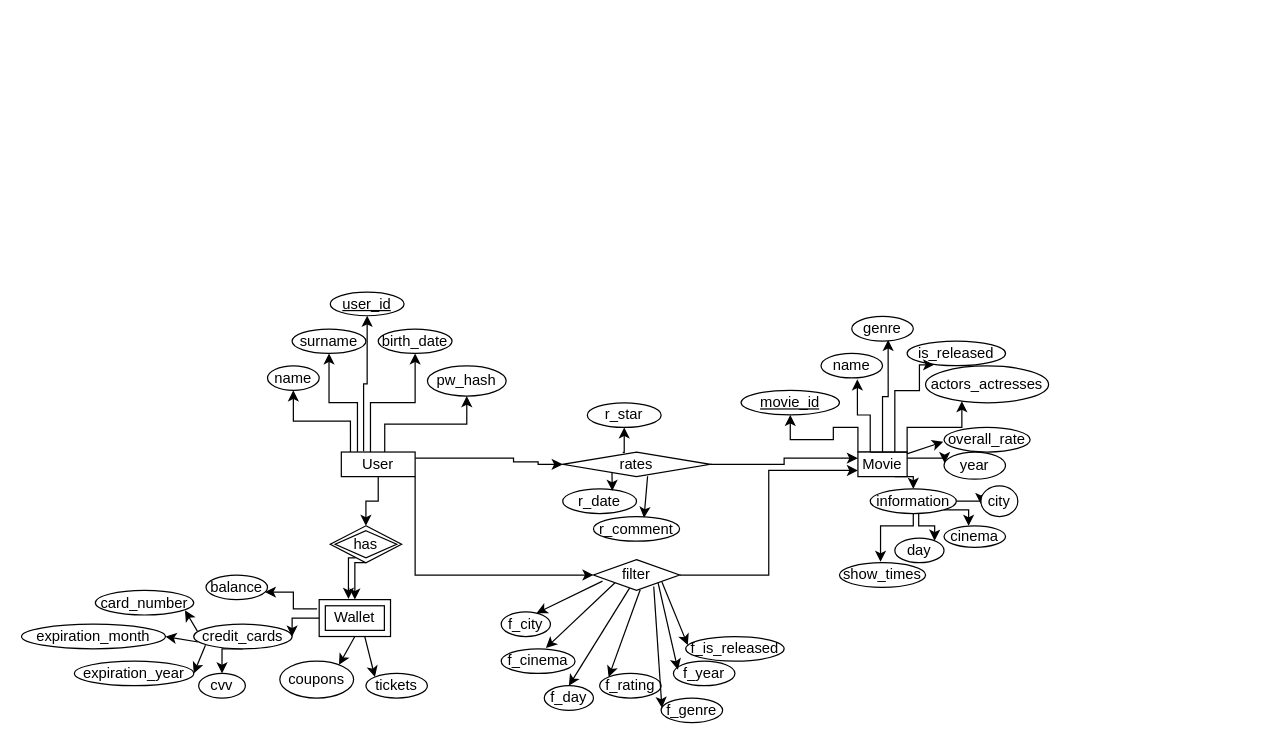
kelma01/dbms_project keeps this draw.io diagram as proje_diagram.drawio. Above is the earlier version. Source tidied: cells renumbered, new cells numbered last; positions are measured from the earlier drawing's top-left corner, leaving out a move shared by most shapes. Both pictures are drawn from the tidied source at 123%, with x=0, y=0 at pixel (21, 292).
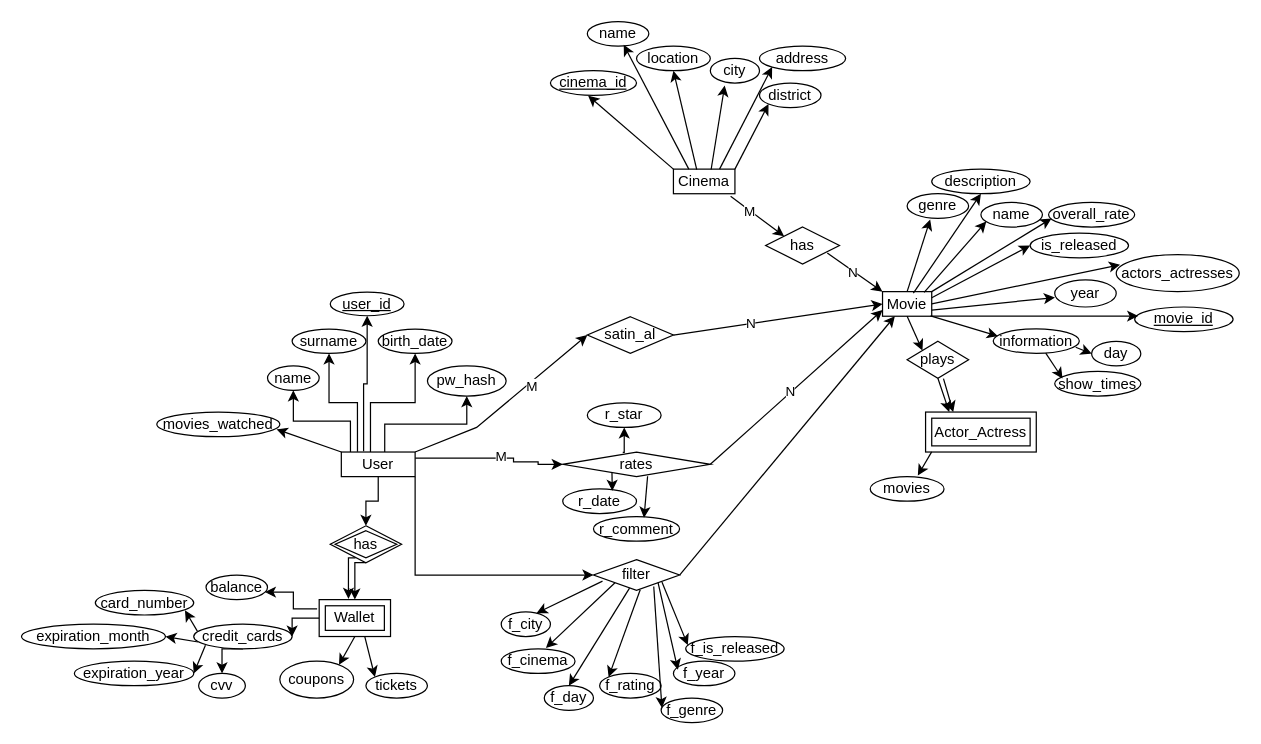
The same page after the edit.

Commit message:
diagram update with entity addings

The change refers to these unchanged cells:
```xml
<mxCell id="3" style="edgeStyle=orthogonalEdgeStyle;rounded=0;jettySize=auto;html=1;exitX=1;exitY=0.25;exitDx=0;exitDy=0;entryX=0;entryY=0.5;entryDx=0;entryDy=0;" parent="1" edge="1" source="6" target="28">
  <mxGeometry relative="1" as="geometry">
    <Array as="points">
      <mxPoint x="400" y="135" />
      <mxPoint x="400" y="138" />
      <mxPoint x="420" y="138" />
    </Array>
  </mxGeometry>
</mxCell>
<mxCell id="6" value="User" style="whiteSpace=wrap;html=1;align=center;" parent="1" vertex="1">
  <mxGeometry x="260" y="130" width="60" height="20" as="geometry" />
</mxCell>
<mxCell id="28" value="rates" style="shape=rhombus;perimeter=rhombusPerimeter;whiteSpace=wrap;html=1;align=center;" parent="1" vertex="1">
  <mxGeometry x="440" y="130" width="120" height="20" as="geometry" />
</mxCell>
<mxCell id="51" value="filter" style="shape=rhombus;perimeter=rhombusPerimeter;whiteSpace=wrap;html=1;align=center;" parent="1" vertex="1">
  <mxGeometry x="465" y="217.5" width="70" height="25" as="geometry" />
</mxCell>
```

What changed in the source:
```diff
@@
+    <mxCell id="85" value="M" style="edgeLabel;html=1;align=center;verticalAlign=middle;" parent="3" vertex="1">
+      <mxGeometry x="0.11" y="2" relative="1" as="geometry" />
+    </mxCell>
@@
-    <mxCell id="7" style="edgeStyle=orthogonalEdgeStyle;rounded=0;jettySize=auto;html=1;exitX=0.75;exitY=1;exitDx=0;exitDy=0;entryX=0.5;entryY=0;entryDx=0;entryDy=0;" parent="1" edge="1" source="9" target="42">
-      <mxGeometry relative="1" as="geometry" />
-    </mxCell>
-    <mxCell id="8" style="edgeStyle=orthogonalEdgeStyle;rounded=0;jettySize=auto;html=1;exitX=0.25;exitY=0;exitDx=0;exitDy=0;entryX=0.5;entryY=1;entryDx=0;entryDy=0;" parent="1" edge="1" source="9" target="68">
-      <mxGeometry relative="1" as="geometry">
-        <Array as="points">
-          <mxPoint x="680" y="130" />
-          <mxPoint x="680" y="110" />
-          <mxPoint x="660" y="110" />
-          <mxPoint x="660" y="120" />
-          <mxPoint x="625" y="120" />
-        </Array>
-      </mxGeometry>
-    </mxCell>
     <mxCell id="9" value="Movie" style="whiteSpace=wrap;html=1;align=center;" parent="1" vertex="1">
-      <mxGeometry x="680" y="130" width="40" height="20" as="geometry" />
+      <mxGeometry x="700" y="-0.4" width="40" height="20" as="geometry" />
     </mxCell>
@@
-    <mxCell id="21" style="edgeStyle=orthogonalEdgeStyle;rounded=0;jettySize=auto;html=1;exitX=1;exitY=0.5;exitDx=0;exitDy=0;entryX=0;entryY=0.25;entryDx=0;entryDy=0;" parent="1" edge="1" source="28" target="9">
-      <mxGeometry relative="1" as="geometry" />
-    </mxCell>
@@
     <mxCell id="32" value="name" style="ellipse;whiteSpace=wrap;html=1;align=center;" parent="1" vertex="1">
-      <mxGeometry x="650" y="49.8" width="50" height="20" as="geometry" />
+      <mxGeometry x="780" y="-72.9" width="50" height="20" as="geometry" />
     </mxCell>
-    <mxCell id="33" style="edgeStyle=orthogonalEdgeStyle;rounded=0;jettySize=auto;html=1;exitX=0.25;exitY=0;exitDx=0;exitDy=0;entryX=0.591;entryY=1.055;entryDx=0;entryDy=0;entryPerimeter=0;" parent="1" edge="1" source="9" target="32">
-      <mxGeometry relative="1" as="geometry" />
-    </mxCell>
     <mxCell id="34" value="genre" style="ellipse;whiteSpace=wrap;html=1;align=center;" parent="1" vertex="1">
-      <mxGeometry x="675" y="19.8" width="50" height="20" as="geometry" />
+      <mxGeometry x="720" y="-80" width="50" height="20" as="geometry" />
     </mxCell>
-    <mxCell id="35" style="edgeStyle=orthogonalEdgeStyle;rounded=0;jettySize=auto;html=1;exitX=0.25;exitY=0;exitDx=0;exitDy=0;entryX=0.591;entryY=0.951;entryDx=0;entryDy=0;entryPerimeter=0;" parent="1" edge="1" source="9" target="34">
-      <mxGeometry relative="1" as="geometry">
-        <Array as="points">
-          <mxPoint x="700" y="130" />
-          <mxPoint x="700" y="85" />
-          <mxPoint x="705" y="85" />
-        </Array>
-      </mxGeometry>
-    </mxCell>
     <mxCell id="36" value="actors_actresses" style="ellipse;whiteSpace=wrap;html=1;align=center;" parent="1" vertex="1">
-      <mxGeometry x="735" y="60" width="100" height="30" as="geometry" />
+      <mxGeometry x="890" y="-30.4" width="100" height="30" as="geometry" />
     </mxCell>
-    <mxCell id="37" style="edgeStyle=orthogonalEdgeStyle;rounded=0;jettySize=auto;html=1;exitX=0.5;exitY=0;exitDx=0;exitDy=0;entryX=0.295;entryY=0.955;entryDx=0;entryDy=0;entryPerimeter=0;" parent="1" edge="1" source="9" target="36">
-      <mxGeometry relative="1" as="geometry">
-        <Array as="points">
-          <mxPoint x="720" y="130" />
-          <mxPoint x="720" y="110" />
-          <mxPoint x="765" y="110" />
-        </Array>
-      </mxGeometry>
-    </mxCell>
     <mxCell id="38" value="overall_rate" style="ellipse;whiteSpace=wrap;html=1;align=center;" parent="1" vertex="1">
-      <mxGeometry x="750" y="110" width="70" height="20" as="geometry" />
+      <mxGeometry x="835" y="-72.9" width="70" height="20" as="geometry" />
     </mxCell>
     <mxCell id="39" value="year" style="ellipse;whiteSpace=wrap;html=1;align=center;" parent="1" vertex="1">
-      <mxGeometry x="750" y="130" width="50" height="22.1" as="geometry" />
+      <mxGeometry x="840" y="-10" width="50" height="22.1" as="geometry" />
     </mxCell>
-    <mxCell id="40" style="edgeStyle=orthogonalEdgeStyle;rounded=0;jettySize=auto;html=1;exitX=1;exitY=0.25;exitDx=0;exitDy=0;entryX=0.01;entryY=0.41;entryDx=0;entryDy=0;entryPerimeter=0;" parent="1" edge="1" source="9" target="39">
-      <mxGeometry relative="1" as="geometry" />
-    </mxCell>
-    <mxCell id="41" style="edgeStyle=orthogonalEdgeStyle;rounded=0;jettySize=auto;html=1;exitX=1;exitY=1;exitDx=0;exitDy=0;" parent="1" edge="1" source="42">
-      <mxGeometry relative="1" as="geometry">
-        <mxPoint x="770" y="190" as="targetPoint" />
-      </mxGeometry>
-    </mxCell>
     <mxCell id="42" value="information" style="ellipse;whiteSpace=wrap;html=1;align=center;" parent="1" vertex="1">
-      <mxGeometry x="690" y="160" width="70" height="20" as="geometry" />
+      <mxGeometry x="790" y="29.8" width="70" height="20" as="geometry" />
     </mxCell>
-    <mxCell id="43" style="edgeStyle=orthogonalEdgeStyle;rounded=0;jettySize=auto;html=1;exitX=1;exitY=0.5;exitDx=0;exitDy=0;entryX=-0.003;entryY=0.59;entryDx=0;entryDy=0;entryPerimeter=0;" parent="1" edge="1" source="42" target="44">
-      <mxGeometry relative="1" as="geometry" />
-    </mxCell>
-    <mxCell id="44" value="city" style="ellipse;whiteSpace=wrap;html=1;align=center;" parent="1" vertex="1">
-      <mxGeometry x="780" y="157.5" width="30" height="25" as="geometry" />
-    </mxCell>
-    <mxCell id="45" value="cinema" style="ellipse;whiteSpace=wrap;html=1;align=center;" parent="1" vertex="1">
-      <mxGeometry x="750" y="190" width="50" height="17.5" as="geometry" />
-    </mxCell>
     <mxCell id="46" value="day" style="ellipse;whiteSpace=wrap;html=1;align=center;" parent="1" vertex="1">
-      <mxGeometry x="710" y="200" width="40" height="20" as="geometry" />
+      <mxGeometry x="870" y="40" width="40" height="20" as="geometry" />
     </mxCell>
-    <mxCell id="47" style="edgeStyle=orthogonalEdgeStyle;rounded=0;jettySize=auto;html=1;exitX=0.563;exitY=0.994;exitDx=0;exitDy=0;entryX=0.809;entryY=0.106;entryDx=0;entryDy=0;entryPerimeter=0;exitPerimeter=0;" parent="1" edge="1" source="42" target="46">
-      <mxGeometry relative="1" as="geometry">
-        <Array as="points">
-          <mxPoint x="729" y="190" />
-          <mxPoint x="742" y="190" />
-        </Array>
-      </mxGeometry>
-    </mxCell>
     <mxCell id="48" value="show_times" style="ellipse;whiteSpace=wrap;html=1;align=center;" parent="1" vertex="1">
-      <mxGeometry x="665" y="220" width="70" height="20" as="geometry" />
+      <mxGeometry x="840" y="64.5" width="70" height="20" as="geometry" />
     </mxCell>
-    <mxCell id="49" style="edgeStyle=orthogonalEdgeStyle;rounded=0;jettySize=auto;html=1;exitX=0.5;exitY=1;exitDx=0;exitDy=0;entryX=0.477;entryY=-0.038;entryDx=0;entryDy=0;entryPerimeter=0;" parent="1" edge="1" source="42" target="48">
-      <mxGeometry relative="1" as="geometry">
-        <Array as="points">
-          <mxPoint x="725" y="190" />
-          <mxPoint x="698" y="190" />
-        </Array>
-      </mxGeometry>
-    </mxCell>
-    <mxCell id="50" style="edgeStyle=orthogonalEdgeStyle;rounded=0;jettySize=auto;html=1;exitX=1;exitY=0.5;exitDx=0;exitDy=0;entryX=0;entryY=0.75;entryDx=0;entryDy=0;" parent="1" edge="1" source="51" target="9">
-      <mxGeometry relative="1" as="geometry" />
-    </mxCell>
@@
     <mxCell id="56" value="is_released" style="ellipse;whiteSpace=wrap;html=1;" parent="1" vertex="1">
-      <mxGeometry x="720" y="39.8" width="80" height="20" as="geometry" />
+      <mxGeometry x="820" y="-47.9" width="80" height="20" as="geometry" />
     </mxCell>
-    <mxCell id="57" style="edgeStyle=orthogonalEdgeStyle;rounded=0;jettySize=auto;html=1;exitX=0.75;exitY=0;exitDx=0;exitDy=0;entryX=0.275;entryY=0.963;entryDx=0;entryDy=0;entryPerimeter=0;" parent="1" edge="1" source="9" target="56">
-      <mxGeometry relative="1" as="geometry">
-        <Array as="points">
-          <mxPoint x="710" y="80" />
-          <mxPoint x="730" y="80" />
-          <mxPoint x="730" y="59" />
-        </Array>
-      </mxGeometry>
-    </mxCell>
@@
     <mxCell id="68" value="&lt;u&gt;movie_id&lt;/u&gt;" style="ellipse;whiteSpace=wrap;html=1;" parent="1" vertex="1">
-      <mxGeometry x="585" y="79.8" width="80" height="20" as="geometry" />
+      <mxGeometry x="905" y="12.1" width="80" height="20" as="geometry" />
     </mxCell>
@@
-    <mxCell id="71" style="edgeStyle=none;jettySize=auto;html=1;rounded=0;exitX=0.995;exitY=0.076;exitDx=0;exitDy=0;exitPerimeter=0;entryX=-0.01;entryY=0.583;entryDx=0;entryDy=0;entryPerimeter=0;" parent="1" edge="1" source="9" target="38">
-      <mxGeometry relative="1" as="geometry" />
-    </mxCell>
@@
+    <mxCell id="86" value="satin_al" style="rhombus;whiteSpace=wrap;html=1;" parent="1" vertex="1">
+      <mxGeometry x="460" y="20" width="70" height="29.8" as="geometry" />
+    </mxCell>
+    <mxCell id="87" style="edgeStyle=none;jettySize=auto;html=1;rounded=0;exitX=1;exitY=0;exitDx=0;exitDy=0;entryX=0;entryY=0.5;entryDx=0;entryDy=0;" parent="1" edge="1" source="6" target="86">
+      <mxGeometry relative="1" as="geometry">
+        <Array as="points">
+          <mxPoint x="370" y="110" />
+        </Array>
+      </mxGeometry>
+    </mxCell>
+    <mxCell id="88" value="M" style="edgeLabel;html=1;align=center;verticalAlign=middle;" parent="87" vertex="1">
+      <mxGeometry x="0.27" y="-3" relative="1" as="geometry" />
+    </mxCell>
+    <mxCell id="89" value="description" style="ellipse;whiteSpace=wrap;html=1;" parent="1" vertex="1">
+      <mxGeometry x="740" y="-100" width="80" height="20" as="geometry" />
+    </mxCell>
+    <mxCell id="90" value="movies_watched" style="ellipse;whiteSpace=wrap;html=1;" parent="1" vertex="1">
+      <mxGeometry x="110" y="97.5" width="100" height="20" as="geometry" />
+    </mxCell>
+    <mxCell id="91" style="edgeStyle=none;jettySize=auto;html=1;rounded=0;entryX=0.973;entryY=0.704;entryDx=0;entryDy=0;entryPerimeter=0;exitX=0;exitY=0;exitDx=0;exitDy=0;" parent="1" edge="1" source="6" target="90">
+      <mxGeometry relative="1" as="geometry" />
+    </mxCell>
+    <mxCell id="92" value="Cinema" style="whiteSpace=wrap;html=1;" parent="1" vertex="1">
+      <mxGeometry x="530" y="-100" width="50" height="20" as="geometry" />
+    </mxCell>
+    <mxCell id="93" value="location" style="ellipse;whiteSpace=wrap;html=1;" parent="1" vertex="1">
+      <mxGeometry x="500" y="-200" width="60" height="20" as="geometry" />
+    </mxCell>
+    <mxCell id="94" value="&lt;u&gt;cinema_id&lt;/u&gt;" style="ellipse;whiteSpace=wrap;html=1;" parent="1" vertex="1">
+      <mxGeometry x="430" y="-180" width="70" height="20" as="geometry" />
+    </mxCell>
+    <mxCell id="44" value="city" style="ellipse;whiteSpace=wrap;html=1;" parent="1" vertex="1">
+      <mxGeometry x="560" y="-190" width="40" height="20" as="geometry" />
+    </mxCell>
+    <mxCell id="95" value="district" style="ellipse;whiteSpace=wrap;html=1;" parent="1" vertex="1">
+      <mxGeometry x="600" y="-170" width="50" height="20" as="geometry" />
+    </mxCell>
+    <mxCell id="96" value="name" style="ellipse;whiteSpace=wrap;html=1;" parent="1" vertex="1">
+      <mxGeometry x="460" y="-220" width="50" height="20" as="geometry" />
+    </mxCell>
+    <mxCell id="97" value="address" style="ellipse;whiteSpace=wrap;html=1;" parent="1" vertex="1">
+      <mxGeometry x="600" y="-200" width="70" height="20" as="geometry" />
+    </mxCell>
+    <mxCell id="98" style="edgeStyle=none;jettySize=auto;html=1;rounded=0;entryX=0.438;entryY=1.016;entryDx=0;entryDy=0;entryPerimeter=0;exitX=0;exitY=0;exitDx=0;exitDy=0;" parent="1" edge="1" source="92" target="94">
+      <mxGeometry relative="1" as="geometry" />
+    </mxCell>
+    <mxCell id="99" style="edgeStyle=none;jettySize=auto;html=1;rounded=0;exitX=0.25;exitY=0;exitDx=0;exitDy=0;entryX=0.592;entryY=0.947;entryDx=0;entryDy=0;entryPerimeter=0;" parent="1" edge="1" source="92" target="96">
+      <mxGeometry relative="1" as="geometry" />
+    </mxCell>
+    <mxCell id="100" style="edgeStyle=none;jettySize=auto;html=1;rounded=0;exitX=0.379;exitY=0.016;exitDx=0;exitDy=0;exitPerimeter=0;entryX=0.5;entryY=1;entryDx=0;entryDy=0;" parent="1" edge="1" source="92" target="93">
+      <mxGeometry relative="1" as="geometry" />
+    </mxCell>
+    <mxCell id="101" style="edgeStyle=none;jettySize=auto;html=1;rounded=0;exitX=0.613;exitY=0.016;exitDx=0;exitDy=0;exitPerimeter=0;entryX=0.292;entryY=1.102;entryDx=0;entryDy=0;entryPerimeter=0;" parent="1" edge="1" source="92" target="44">
+      <mxGeometry relative="1" as="geometry" />
+    </mxCell>
+    <mxCell id="102" style="edgeStyle=none;jettySize=auto;html=1;rounded=0;exitX=0.75;exitY=0;exitDx=0;exitDy=0;entryX=0;entryY=1;entryDx=0;entryDy=0;" parent="1" edge="1" source="92" target="97">
+      <mxGeometry relative="1" as="geometry" />
+    </mxCell>
+    <mxCell id="103" style="edgeStyle=none;jettySize=auto;html=1;rounded=0;entryX=0;entryY=1;entryDx=0;entryDy=0;exitX=1;exitY=0;exitDx=0;exitDy=0;" parent="1" edge="1" source="92" target="95">
+      <mxGeometry relative="1" as="geometry" />
+    </mxCell>
+    <mxCell id="21" style="edgeStyle=none;jettySize=auto;html=1;rounded=0;exitX=1;exitY=0.5;exitDx=0;exitDy=0;entryX=0;entryY=0.75;entryDx=0;entryDy=0;" parent="1" edge="1" source="28" target="9">
+      <mxGeometry relative="1" as="geometry" />
+    </mxCell>
+    <mxCell id="104" value="N" style="edgeLabel;html=1;align=center;verticalAlign=middle;" parent="21" vertex="1">
+      <mxGeometry x="-0.05" y="2" relative="1" as="geometry">
+        <mxPoint y="1" as="offset" />
+      </mxGeometry>
+    </mxCell>
+    <mxCell id="50" style="edgeStyle=none;jettySize=auto;html=1;rounded=0;exitX=1;exitY=0.5;exitDx=0;exitDy=0;entryX=0.25;entryY=1;entryDx=0;entryDy=0;" parent="1" edge="1" source="51" target="9">
+      <mxGeometry relative="1" as="geometry" />
+    </mxCell>
+    <mxCell id="105" style="edgeStyle=none;jettySize=auto;html=1;rounded=0;exitX=1;exitY=0.5;exitDx=0;exitDy=0;entryX=0;entryY=0.5;entryDx=0;entryDy=0;" parent="1" edge="1" source="86" target="9">
+      <mxGeometry relative="1" as="geometry" />
+    </mxCell>
+    <mxCell id="106" value="N" style="edgeLabel;html=1;align=center;verticalAlign=middle;" parent="105" vertex="1">
+      <mxGeometry x="-0.27" relative="1" as="geometry" />
+    </mxCell>
+    <mxCell id="107" value="has" style="rhombus;whiteSpace=wrap;html=1;" parent="1" vertex="1">
+      <mxGeometry x="605" y="-52.9" width="60" height="30" as="geometry" />
+    </mxCell>
+    <mxCell id="108" style="edgeStyle=none;jettySize=auto;html=1;rounded=0;exitX=0.93;exitY=1.102;exitDx=0;exitDy=0;exitPerimeter=0;entryX=0;entryY=0;entryDx=0;entryDy=0;" parent="1" edge="1" source="92" target="107">
+      <mxGeometry relative="1" as="geometry" />
+    </mxCell>
+    <mxCell id="109" value="M" style="edgeLabel;html=1;align=center;verticalAlign=middle;" parent="108" vertex="1">
+      <mxGeometry x="-0.3" y="-1" relative="1" as="geometry" />
+    </mxCell>
+    <mxCell id="110" style="edgeStyle=none;jettySize=auto;html=1;rounded=0;exitX=0.835;exitY=0.704;exitDx=0;exitDy=0;exitPerimeter=0;entryX=0;entryY=0;entryDx=0;entryDy=0;" parent="1" edge="1" source="107" target="9">
+      <mxGeometry relative="1" as="geometry" />
+    </mxCell>
+    <mxCell id="111" value="N" style="edgeLabel;html=1;align=center;verticalAlign=middle;" parent="110" vertex="1">
+      <mxGeometry x="-0.04" y="-1" relative="1" as="geometry" />
+    </mxCell>
+    <mxCell id="112" value="movies" style="ellipse;whiteSpace=wrap;html=1;" parent="1" vertex="1">
+      <mxGeometry x="690" y="150" width="60" height="20" as="geometry" />
+    </mxCell>
+    <mxCell id="113" value="Actor_Actress" style="shape=ext;margin=3;double=1;whiteSpace=wrap;html=1;align=center;" parent="1" vertex="1">
+      <mxGeometry x="735" y="97.5" width="90" height="32.5" as="geometry" />
+    </mxCell>
+    <mxCell id="114" value="plays" style="rhombus;whiteSpace=wrap;html=1;" parent="1" vertex="1">
+      <mxGeometry x="720" y="40" width="50" height="30" as="geometry" />
+    </mxCell>
+    <mxCell id="115" style="edgeStyle=none;jettySize=auto;html=1;rounded=0;exitX=0.5;exitY=1;exitDx=0;exitDy=0;entryX=0;entryY=0;entryDx=0;entryDy=0;" parent="1" edge="1" source="9" target="114">
+      <mxGeometry relative="1" as="geometry" />
+    </mxCell>
+    <mxCell id="116" style="edgeStyle=none;jettySize=auto;html=1;rounded=0;exitX=0.5;exitY=1;exitDx=0;exitDy=0;entryX=0.214;entryY=0;entryDx=0;entryDy=0;entryPerimeter=0;" parent="1" edge="1" source="114" target="113">
+      <mxGeometry relative="1" as="geometry" />
+    </mxCell>
+    <mxCell id="117" style="edgeStyle=none;jettySize=auto;html=1;rounded=0;exitX=0.591;exitY=1.01;exitDx=0;exitDy=0;entryX=0.25;entryY=0;entryDx=0;entryDy=0;exitPerimeter=0;" parent="1" edge="1" source="114" target="113">
+      <mxGeometry relative="1" as="geometry" />
+    </mxCell>
+    <mxCell id="118" style="edgeStyle=none;jettySize=auto;html=1;rounded=0;exitX=0.055;exitY=0.997;exitDx=0;exitDy=0;exitPerimeter=0;entryX=0.645;entryY=-0.043;entryDx=0;entryDy=0;entryPerimeter=0;" parent="1" edge="1" source="113" target="112">
+      <mxGeometry relative="1" as="geometry" />
+    </mxCell>
+    <mxCell id="35" style="edgeStyle=none;jettySize=auto;html=1;rounded=0;exitX=0.5;exitY=0;exitDx=0;exitDy=0;entryX=0.375;entryY=1.044;entryDx=0;entryDy=0;entryPerimeter=0;" parent="1" edge="1" source="9" target="34">
+      <mxGeometry relative="1" as="geometry" />
+    </mxCell>
+    <mxCell id="119" style="edgeStyle=none;jettySize=auto;html=1;rounded=0;exitX=0.627;exitY=0.062;exitDx=0;exitDy=0;exitPerimeter=0;entryX=0.5;entryY=1;entryDx=0;entryDy=0;" parent="1" edge="1" source="9" target="89">
+      <mxGeometry relative="1" as="geometry" />
+    </mxCell>
+    <mxCell id="33" style="edgeStyle=none;jettySize=auto;html=1;rounded=0;exitX=0.846;exitY=0.027;exitDx=0;exitDy=0;exitPerimeter=0;entryX=0.087;entryY=0.776;entryDx=0;entryDy=0;entryPerimeter=0;" parent="1" edge="1" source="9" target="32">
+      <mxGeometry relative="1" as="geometry" />
+    </mxCell>
+    <mxCell id="71" style="edgeStyle=none;jettySize=auto;html=1;rounded=0;exitX=1;exitY=0;exitDx=0;exitDy=0;entryX=0.034;entryY=0.653;entryDx=0;entryDy=0;entryPerimeter=0;" parent="1" edge="1" source="9" target="38">
+      <mxGeometry relative="1" as="geometry" />
+    </mxCell>
+    <mxCell id="57" style="edgeStyle=none;jettySize=auto;html=1;rounded=0;exitX=1;exitY=0.25;exitDx=0;exitDy=0;entryX=0;entryY=0.5;entryDx=0;entryDy=0;" parent="1" edge="1" source="9" target="56">
+      <mxGeometry relative="1" as="geometry" />
+    </mxCell>
+    <mxCell id="37" style="edgeStyle=none;jettySize=auto;html=1;rounded=0;exitX=1;exitY=0.5;exitDx=0;exitDy=0;entryX=0.031;entryY=0.27;entryDx=0;entryDy=0;entryPerimeter=0;" parent="1" edge="1" source="9" target="36">
+      <mxGeometry relative="1" as="geometry" />
+    </mxCell>
+    <mxCell id="40" style="edgeStyle=none;jettySize=auto;html=1;rounded=0;exitX=1;exitY=0.75;exitDx=0;exitDy=0;entryX=0.003;entryY=0.65;entryDx=0;entryDy=0;entryPerimeter=0;" parent="1" edge="1" source="9" target="39">
+      <mxGeometry relative="1" as="geometry" />
+    </mxCell>
+    <mxCell id="8" style="edgeStyle=none;jettySize=auto;html=1;rounded=0;exitX=1;exitY=1;exitDx=0;exitDy=0;entryX=0.036;entryY=0.368;entryDx=0;entryDy=0;entryPerimeter=0;" parent="1" edge="1" source="9" target="68">
+      <mxGeometry relative="1" as="geometry" />
+    </mxCell>
+    <mxCell id="120" style="edgeStyle=none;jettySize=auto;html=1;rounded=0;exitX=0.958;exitY=0.749;exitDx=0;exitDy=0;exitPerimeter=0;" parent="1" edge="1" source="42">
+      <mxGeometry relative="1" as="geometry">
+        <mxPoint x="870" y="50" as="targetPoint" />
+      </mxGeometry>
+    </mxCell>
+    <mxCell id="49" style="edgeStyle=none;jettySize=auto;html=1;rounded=0;exitX=0.61;exitY=0.989;exitDx=0;exitDy=0;exitPerimeter=0;entryX=0.091;entryY=0.287;entryDx=0;entryDy=0;entryPerimeter=0;" parent="1" edge="1" source="42" target="48">
+      <mxGeometry relative="1" as="geometry" />
+    </mxCell>
+    <mxCell id="7" style="edgeStyle=none;jettySize=auto;html=1;rounded=0;exitX=0.975;exitY=0.986;exitDx=0;exitDy=0;exitPerimeter=0;entryX=0.055;entryY=0.299;entryDx=0;entryDy=0;entryPerimeter=0;" parent="1" edge="1" source="9" target="42">
+      <mxGeometry relative="1" as="geometry" />
+    </mxCell>
```
